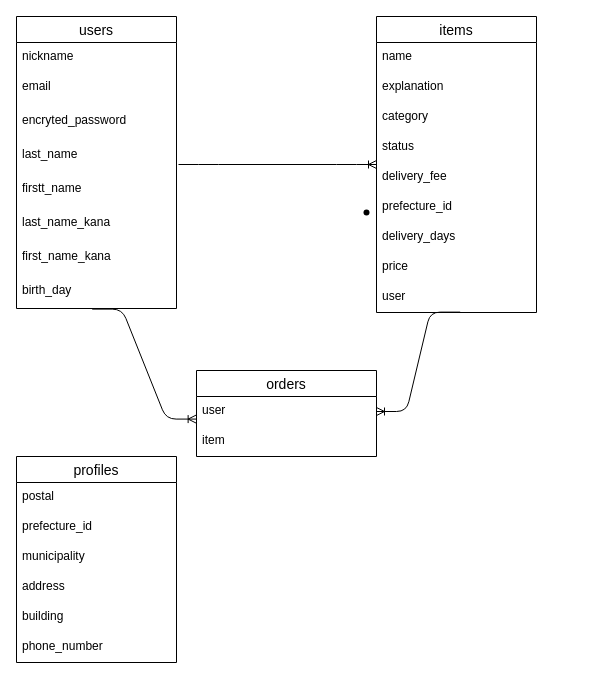
Earlier version of the draw.io diagram furima-37164.dio (iggy0722/furima-37164). Source tidied: cells renumbered, new cells numbered last; positions are measured from the earlier drawing's top-left corner, leaving out a move shared by most shapes. Both pictures are drawn from the tidied source at 100%, with x=0, y=0 at pixel (16, 16).
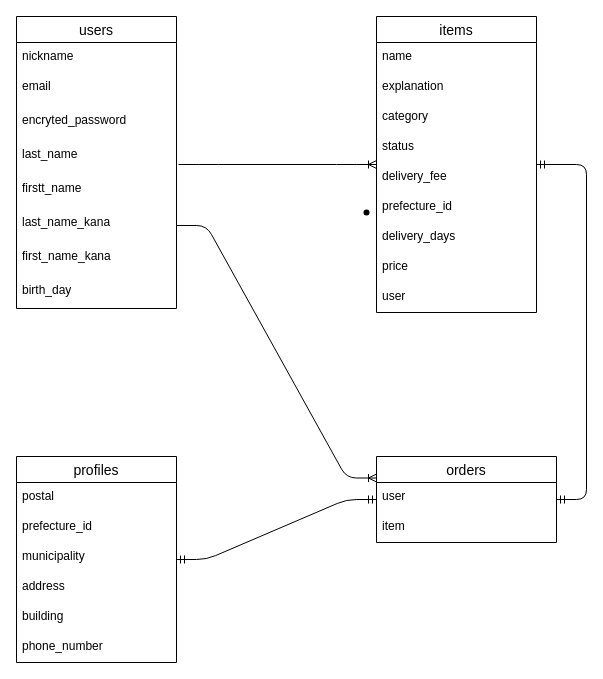
Above is the later version.

Unchanged cells that the change refers to:
```xml
<mxCell id="8" value="last_name_kana" style="text;strokeColor=none;fillColor=none;spacingLeft=4;spacingRight=4;overflow=hidden;points=[[0,0.5],[1,0.5]];portConstraint=eastwest;fontSize=12;" parent="2" vertex="1">
  <mxGeometry y="192" width="160" height="34" as="geometry" />
</mxCell>
<mxCell id="10" value="birth_day" style="text;strokeColor=none;fillColor=none;spacingLeft=4;spacingRight=4;overflow=hidden;points=[[0,0.5],[1,0.5]];portConstraint=eastwest;fontSize=12;" parent="2" vertex="1">
  <mxGeometry y="260" width="160" height="32" as="geometry" />
</mxCell>
<mxCell id="11" value="items" style="swimlane;fontStyle=0;horizontal=1;startSize=26;align=center;fontSize=14;" parent="1" vertex="1">
  <mxGeometry x="360" width="160" height="296" as="geometry" />
</mxCell>
<mxCell id="20" value="user" style="text;strokeColor=none;fillColor=none;spacingLeft=4;spacingRight=4;overflow=hidden;points=[[0,0.5],[1,0.5]];portConstraint=eastwest;fontSize=12;" parent="11" vertex="1">
  <mxGeometry y="266" width="160" height="30" as="geometry" />
</mxCell>
<mxCell id="21" value="profiles" style="swimlane;fontStyle=0;horizontal=1;startSize=26;align=center;fontSize=14;" parent="1" vertex="1">
  <mxGeometry y="440" width="160" height="206" as="geometry" />
</mxCell>
<mxCell id="31" value="user" style="text;strokeColor=none;fillColor=none;spacingLeft=4;spacingRight=4;overflow=hidden;points=[[0,0.5],[1,0.5]];portConstraint=eastwest;fontSize=12;" parent="30" vertex="1">
  <mxGeometry y="26" width="180" height="30" as="geometry" />
</mxCell>
```

The edit, as a diff of the source:
```diff
@@
     <mxCell id="30" value="orders" style="swimlane;fontStyle=0;horizontal=1;startSize=26;align=center;fontSize=14;" parent="1" vertex="1">
-      <mxGeometry x="180" y="354" width="180" height="86" as="geometry" />
+      <mxGeometry x="360" y="440" width="180" height="86" as="geometry" />
     </mxCell>
@@
-    <mxCell id="33" style="edgeStyle=entityRelationEdgeStyle;fontSize=12;html=1;endArrow=ERoneToMany;exitX=0.473;exitY=1.019;exitDx=0;exitDy=0;exitPerimeter=0;entryX=-0.002;entryY=0.753;entryDx=0;entryDy=0;entryPerimeter=0;" parent="1" edge="1" source="10" target="31">
-      <mxGeometry relative="1" as="geometry" />
-    </mxCell>
-    <mxCell id="34" style="edgeStyle=entityRelationEdgeStyle;fontSize=12;html=1;endArrow=ERoneToMany;exitX=0.523;exitY=0.987;exitDx=0;exitDy=0;exitPerimeter=0;" parent="1" edge="1" source="20" target="31">
-      <mxGeometry relative="1" as="geometry" />
-    </mxCell>
+    <mxCell id="35" style="edgeStyle=entityRelationEdgeStyle;fontSize=12;html=1;endArrow=ERoneToMany;entryX=0;entryY=0.25;entryDx=0;entryDy=0;" parent="1" edge="1" source="8" target="30">
+      <mxGeometry relative="1" as="geometry" />
+    </mxCell>
+    <mxCell id="36" style="edgeStyle=entityRelationEdgeStyle;fontSize=12;html=1;endArrow=ERmandOne;startArrow=ERmandOne;" parent="1" edge="1" source="30" target="11">
+      <mxGeometry relative="1" as="geometry" />
+    </mxCell>
+    <mxCell id="37" style="edgeStyle=entityRelationEdgeStyle;fontSize=12;html=1;endArrow=ERmandOne;startArrow=ERmandOne;" parent="1" edge="1" source="21" target="30">
+      <mxGeometry relative="1" as="geometry" />
+    </mxCell>
```
